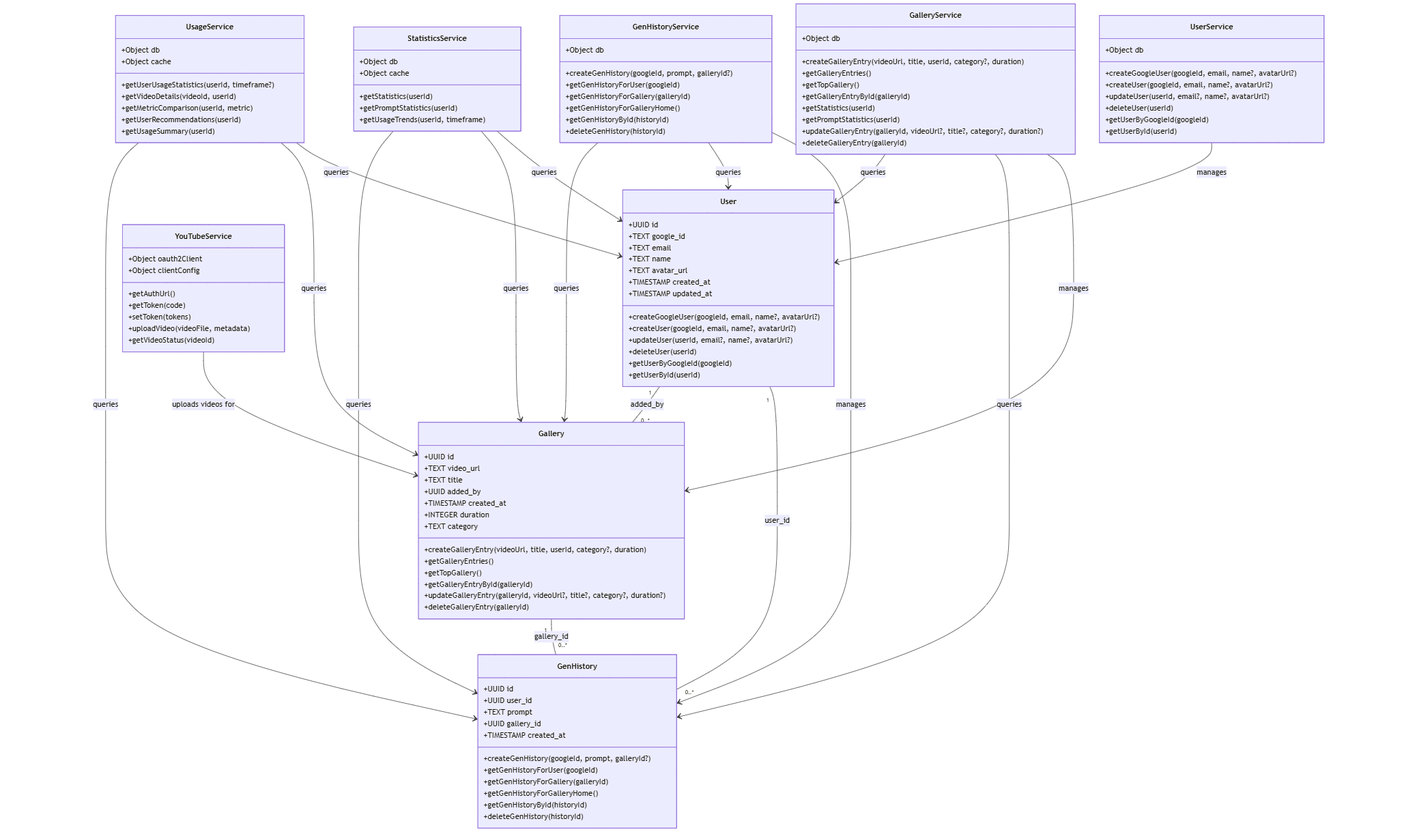
This is diagram/class_diagram_web.png from anhhuy007/ai-video-generator, a Mermaid export, as it was before one commit. Its source is kept beside it as diagram/class_diagram_web.mmd. The source it was exported from:
```mermaid
classDiagram

    class User {
        +UUID id
        +TEXT google_id
        +TEXT email
        +TEXT name
        +TEXT avatar_url
        +TIMESTAMP created_at
        +TIMESTAMP updated_at
        +createGoogleUser(googleId, email, name?, avatarUrl?)
        +createUser(googleId, email, name?, avatarUrl?)
        +updateUser(userId, email?, name?, avatarUrl?)
        +deleteUser(userId)
        +getUserByGoogleId(googleId)
        +getUserById(userId)
    }

    class Gallery {
        +UUID id
        +TEXT video_url
        +TEXT title
        +UUID added_by
        +TIMESTAMP created_at
        +INTEGER duration
        +TEXT category
        +createGalleryEntry(videoUrl, title, userId, category?, duration)
        +getGalleryEntries()
        +getTopGallery()
        +getGalleryEntryById(galleryId)
        +updateGalleryEntry(galleryId, videoUrl?, title?, category?, duration?)
        +deleteGalleryEntry(galleryId)
    }

    class GenHistory {
        +UUID id
        +UUID user_id
        +TEXT prompt
        +UUID gallery_id
        +TIMESTAMP created_at
        +createGenHistory(googleId, prompt, galleryId?)
        +getGenHistoryForUser(googleId)
        +getGenHistoryForGallery(galleryId)
        +getGenHistoryForGalleryHome()
        +getGenHistoryById(historyId)
        +deleteGenHistory(historyId)
    }

    class UserService {
        +Object db
        +createGoogleUser(googleId, email, name?, avatarUrl?)
        +createUser(googleId, email, name?, avatarUrl?)
        +updateUser(userId, email?, name?, avatarUrl?)
        +deleteUser(userId)
        +getUserByGoogleId(googleId)
        +getUserById(userId)
    }

    class GalleryService {
        +Object db
        +createGalleryEntry(videoUrl, title, userId, category?, duration)
        +getGalleryEntries()
        +getTopGallery()
        +getGalleryEntryById(galleryId)
        +getStatistics(userId)
        +getPromptStatistics(userId)
        +updateGalleryEntry(galleryId, videoUrl?, title?, category?, duration?)
        +deleteGalleryEntry(galleryId)
    }

    class GenHistoryService {
        +Object db
        +createGenHistory(googleId, prompt, galleryId?)
        +getGenHistoryForUser(googleId)
        +getGenHistoryForGallery(galleryId)
        +getGenHistoryForGalleryHome()
        +getGenHistoryById(historyId)
        +deleteGenHistory(historyId)
    }

    class StatisticsService {
        +Object db
        +Object cache
        +getStatistics(userId)
        +getPromptStatistics(userId)
        +getUsageTrends(userId, timeframe)
    }

    class UsageService {
        +Object db
        +Object cache
        +getUserUsageStatistics(userId, timeframe?)
        +getVideoDetails(videoId, userId)
        +getMetricComparison(userId, metric)
        +getUserRecommendations(userId)
        +getUsageSummary(userId)
    }

    class YouTubeService {
        +Object oauth2Client
        +Object clientConfig
        +getAuthUrl()
        +getToken(code)
        +setToken(tokens)
        +uploadVideo(videoFile, metadata)
        +getVideoStatus(videoId)
    }

    User "1" -- "0..*" GenHistory : user_id
    User "1" -- "0..*" Gallery : added_by
    Gallery "1" -- "0..*" GenHistory : gallery_id

    UserService --> User : manages
    GalleryService --> Gallery : manages
    GalleryService --> GenHistory : queries
    GalleryService --> User : queries
    GenHistoryService --> GenHistory : manages
    GenHistoryService --> User : queries
    GenHistoryService --> Gallery : queries
    StatisticsService --> User : queries
    StatisticsService --> Gallery : queries
    StatisticsService --> GenHistory : queries
    UsageService --> User : queries
    UsageService --> Gallery : queries
    UsageService --> GenHistory : queries
    YouTubeService --> Gallery : uploads videos for
```
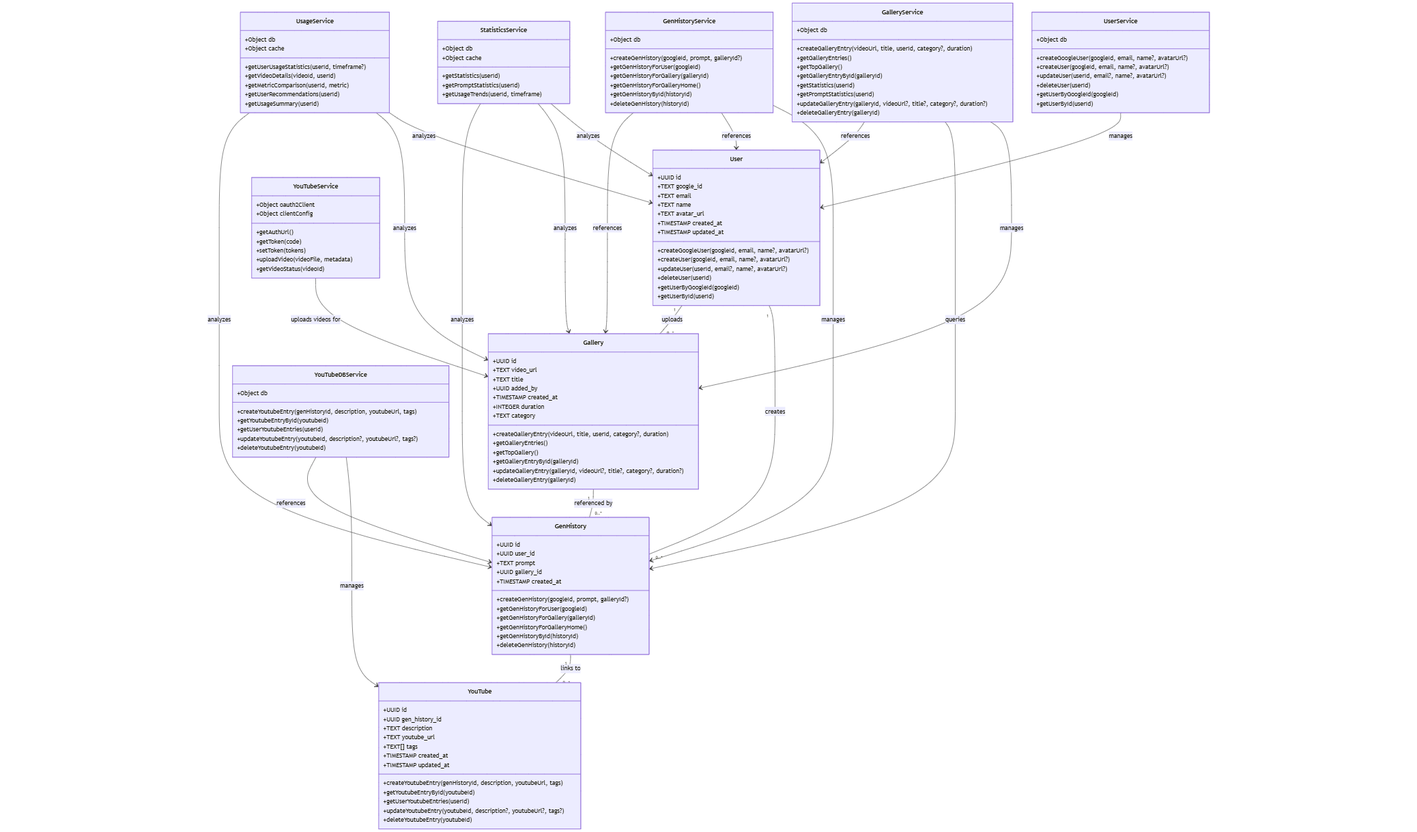
Above is the later version.

Commit message:
fix: class diagram web

The edit, as a diff of the source:
```diff
@@ -1,5 +1,4 @@
 classDiagram
-
     class User {
         +UUID id
         +TEXT google_id
@@ -44,6 +43,21 @@
         +getGenHistoryForGalleryHome()
         +getGenHistoryById(historyId)
         +deleteGenHistory(historyId)
+    }
+
+    class YouTube {
+        +UUID id
+        +UUID gen_history_id
+        +TEXT description
+        +TEXT youtube_url
+        +TEXT[] tags
+        +TIMESTAMP created_at
+        +TIMESTAMP updated_at
+        +createYoutubeEntry(genHistoryId, description, youtubeUrl, tags)
+        +getYoutubeEntryById(youtubeId)
+        +getUserYoutubeEntries(userId)
+        +updateYoutubeEntry(youtubeId, description?, youtubeUrl?, tags?)
+        +deleteYoutubeEntry(youtubeId)
     }
 
     class UserService {
@@ -106,21 +120,33 @@
         +getVideoStatus(videoId)
     }
 
-    User "1" -- "0..*" GenHistory : user_id
-    User "1" -- "0..*" Gallery : added_by
-    Gallery "1" -- "0..*" GenHistory : gallery_id
+    class YouTubeDBService {
+        +Object db
+        +createYoutubeEntry(genHistoryId, description, youtubeUrl, tags)
+        +getYoutubeEntryById(youtubeId)
+        +getUserYoutubeEntries(userId)
+        +updateYoutubeEntry(youtubeId, description?, youtubeUrl?, tags?)
+        +deleteYoutubeEntry(youtubeId)
+    }
+
+    User "1" -- "0..*" GenHistory : creates
+    User "1" -- "0..*" Gallery : uploads
+    Gallery "1" -- "0..*" GenHistory : referenced by
+    GenHistory "1" -- "0..1" YouTube : links to
 
     UserService --> User : manages
     GalleryService --> Gallery : manages
     GalleryService --> GenHistory : queries
-    GalleryService --> User : queries
+    GalleryService --> User : references
     GenHistoryService --> GenHistory : manages
-    GenHistoryService --> User : queries
-    GenHistoryService --> Gallery : queries
-    StatisticsService --> User : queries
-    StatisticsService --> Gallery : queries
-    StatisticsService --> GenHistory : queries
-    UsageService --> User : queries
-    UsageService --> Gallery : queries
-    UsageService --> GenHistory : queries
+    GenHistoryService --> User : references
+    GenHistoryService --> Gallery : references
+    StatisticsService --> User : analyzes
+    StatisticsService --> Gallery : analyzes
+    StatisticsService --> GenHistory : analyzes
+    UsageService --> User : analyzes
+    UsageService --> Gallery : analyzes
+    UsageService --> GenHistory : analyzes
     YouTubeService --> Gallery : uploads videos for
+    YouTubeDBService --> YouTube : manages
+    YouTubeDBService --> GenHistory : references
```
